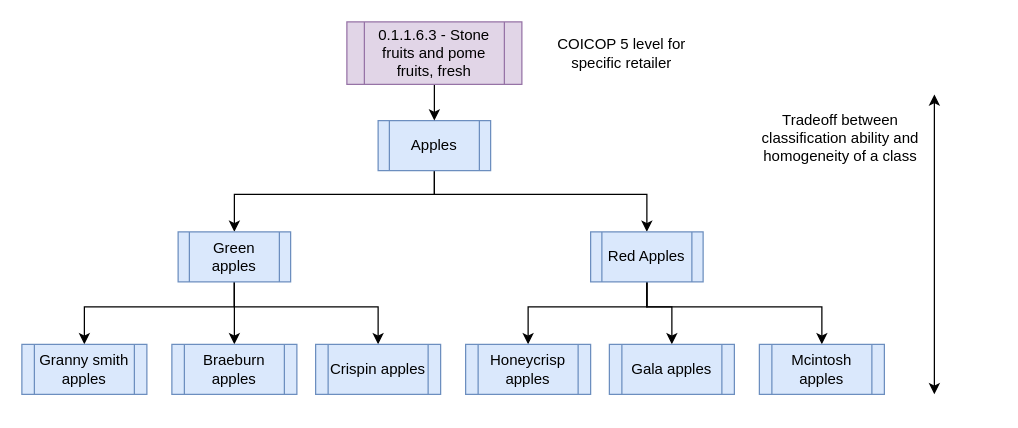
Before: docs/images/Homogeneity-classification-diagram.drawio in UN-Task-Team-for-Scanner-Data/classification_methods, a draw.io diagram. Source tidied: cells renumbered, new cells numbered last; positions are measured from the earlier drawing's top-left corner, leaving out a move shared by most shapes. Both pictures are drawn from the tidied source at 125%, with x=0, y=0 at pixel (21, 21).
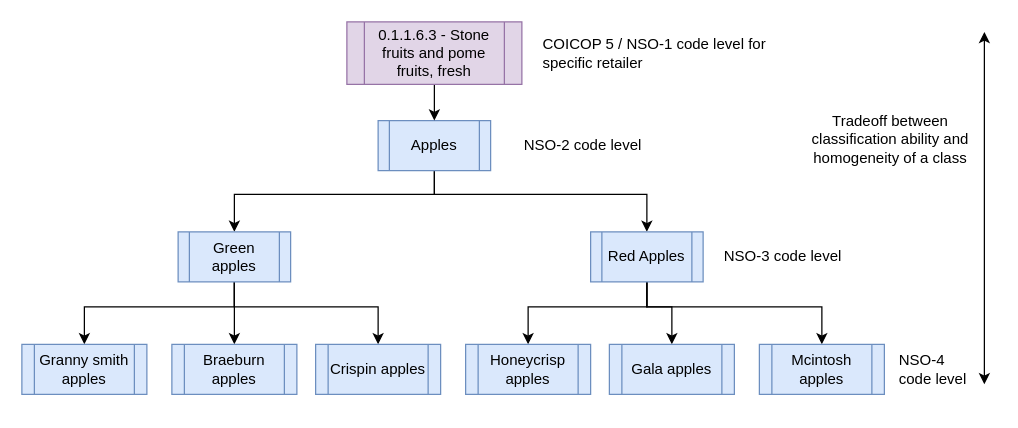
The same diagram, later.

Commit message (it also covers changes not shown here):
slight updates to diagram for classification homogeneity tradeoff

The edit, as a diff of the source:
```diff
@@
     <mxCell id="21" style="endArrow=classic;html=1;rounded=0;startArrow=classic;startFill=1;" parent="1" edge="1">
       <mxGeometry relative="1" as="geometry">
-        <mxPoint x="730" y="58" as="sourcePoint" />
-        <mxPoint x="730" y="298" as="targetPoint" />
+        <mxPoint x="770" y="8" as="sourcePoint" />
+        <mxPoint x="770" y="290" as="targetPoint" />
       </mxGeometry>
     </mxCell>
-    <mxCell id="22" value="COICOP 5 level for specific retailer" style="text;html=1;align=center;verticalAlign=middle;whiteSpace=wrap;rounded=0;" parent="1" vertex="1">
-      <mxGeometry x="415" y="10" width="130" height="30" as="geometry" />
+    <mxCell id="22" value="COICOP 5 / NSO-1 code level for specific retailer" style="text;html=1;align=left;verticalAlign=middle;whiteSpace=wrap;rounded=0;" parent="1" vertex="1">
+      <mxGeometry x="415" y="10" width="215" height="30" as="geometry" />
     </mxCell>
     <mxCell id="23" value="Tradeoff between classification ability and homogeneity of a class" style="text;html=1;align=center;verticalAlign=middle;whiteSpace=wrap;rounded=0;" parent="1" vertex="1">
-      <mxGeometry x="590" y="68" width="130" height="50" as="geometry" />
+      <mxGeometry x="630" y="69" width="130" height="50" as="geometry" />
     </mxCell>
+    <mxCell id="24" value="NSO-2 code level" style="text;html=1;align=left;verticalAlign=middle;whiteSpace=wrap;rounded=0;" parent="1" vertex="1">
+      <mxGeometry x="400" y="84" width="110" height="30" as="geometry" />
+    </mxCell>
+    <mxCell id="25" value="NSO-3 code level" style="text;html=1;align=left;verticalAlign=middle;whiteSpace=wrap;rounded=0;" parent="1" vertex="1">
+      <mxGeometry x="560" y="173" width="110" height="30" as="geometry" />
+    </mxCell>
+    <mxCell id="26" value="NSO-4 code level" style="text;html=1;align=left;verticalAlign=middle;whiteSpace=wrap;rounded=0;" parent="1" vertex="1">
+      <mxGeometry x="700" y="263" width="60" height="30" as="geometry" />
+    </mxCell>
```
